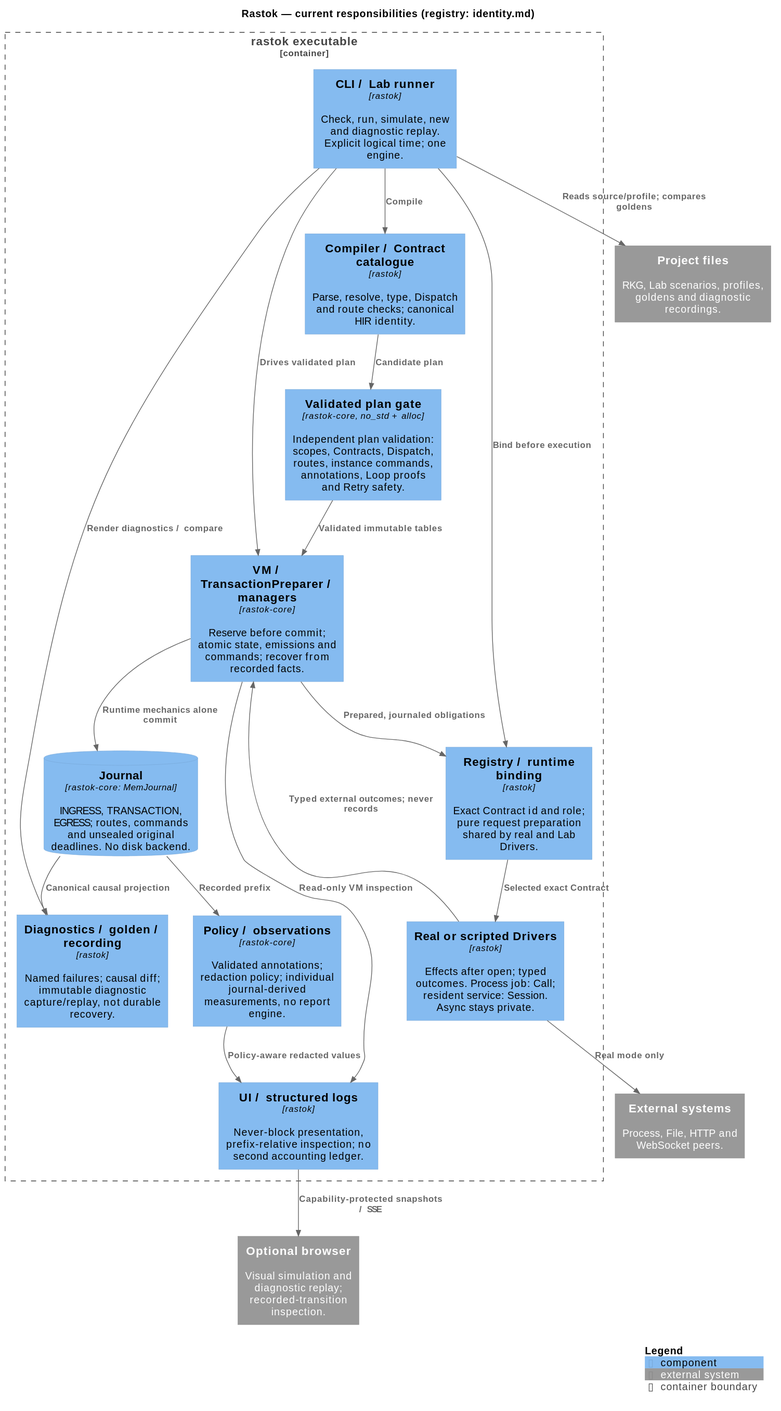
Above: docs/architecture/03-rastok-components.svg in rastok-io/rastok (PlantUML), before the change.
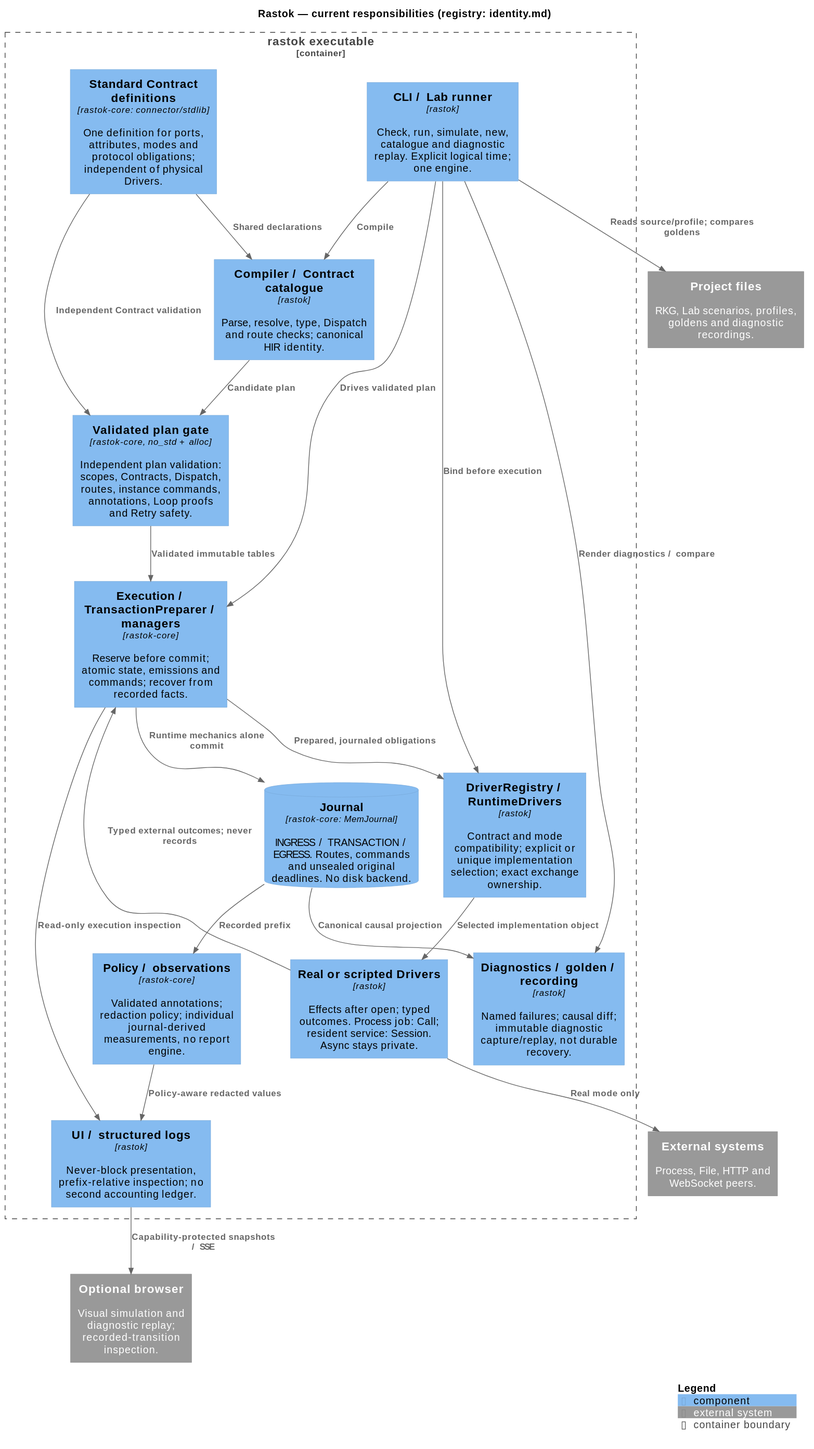
After the change.

The edit, as a diff of the source:
```diff
@@ -9,13 +9,14 @@
 System_Ext(browser, "Optional browser", "Visual simulation and diagnostic replay; recorded-transition inspection.")
 
 Container_Boundary(executable, "rastok executable") {
-  Component(entry, "CLI / Lab runner", "rastok", "Check, run, simulate, new and diagnostic replay. Explicit logical time; one engine.")
+  Component(entry, "CLI / Lab runner", "rastok", "Check, run, simulate, new, catalogue and diagnostic replay. Explicit logical time; one engine.")
   Component(compiler, "Compiler / Contract catalogue", "rastok", "Parse, resolve, type, Dispatch and route checks; canonical HIR identity.")
+  Component(contracts, "Standard Contract definitions", "rastok-core: connector/stdlib", "One definition for ports, attributes, modes and protocol obligations; independent of physical Drivers.")
   Component(plan, "Validated plan gate", "rastok-core, no_std + alloc", "Independent plan validation: scopes, Contracts, Dispatch, routes, instance commands, annotations, Loop proofs and Retry safety.")
-  Component(core, "VM / TransactionPreparer / managers", "rastok-core", "Reserve before commit; atomic state, emissions and commands; recover from recorded facts.")
-  Component(binding, "Registry / runtime binding", "rastok", "Exact Contract id and role; pure request preparation shared by real and Lab Drivers.")
+  Component(core, "Execution / TransactionPreparer / managers", "rastok-core", "Reserve before commit; atomic state, emissions and commands; recover from recorded facts.")
+  Component(binding, "DriverRegistry / RuntimeDrivers", "rastok", "Contract and mode compatibility; explicit or unique implementation selection; exact exchange ownership.")
   Component(drivers, "Real or scripted Drivers", "rastok", "Effects after open; typed outcomes. Process job: Call; resident service: Session. Async stays private.")
-  ComponentDb(journal, "Journal", "rastok-core: MemJournal", "INGRESS, TRANSACTION, EGRESS; routes, commands and unsealed original deadlines. No disk backend.")
+  ComponentDb(journal, "Journal", "rastok-core: MemJournal", "INGRESS / TRANSACTION / EGRESS. Routes, commands and unsealed original deadlines. No disk backend.")
   Component(report, "Policy / observations", "rastok-core", "Validated annotations; redaction policy; individual journal-derived measurements, no report engine.")
   Component(ui, "UI / structured logs", "rastok", "Never-block presentation, prefix-relative inspection; no second accounting ledger.")
   Component(evidence, "Diagnostics / golden / recording", "rastok", "Named failures; causal diff; immutable diagnostic capture/replay, not durable recovery.")
@@ -24,18 +25,20 @@
 Rel(entry, project, "Reads source/profile; compares goldens")
 Rel(entry, compiler, "Compile")
 Rel(compiler, plan, "Candidate plan")
+Rel(contracts, compiler, "Shared declarations")
+Rel(contracts, plan, "Independent Contract validation")
 Rel(entry, core, "Drives validated plan")
 Rel(plan, core, "Validated immutable tables")
 Rel(entry, binding, "Bind before execution")
 Rel(core, binding, "Prepared, journaled obligations")
-Rel(binding, drivers, "Selected exact Contract")
+Rel(binding, drivers, "Selected implementation object")
 Rel(drivers, world, "Real mode only")
 Rel(drivers, core, "Typed external outcomes; never records")
 Rel(core, journal, "Runtime mechanics alone commit")
 Rel(journal, report, "Recorded prefix")
 Rel(report, ui, "Policy-aware redacted values")
 Rel(ui, browser, "Capability-protected snapshots / SSE")
-Rel(core, ui, "Read-only VM inspection")
+Rel(core, ui, "Read-only execution inspection")
 Rel(entry, evidence, "Render diagnostics / compare")
 Rel(journal, evidence, "Canonical causal projection")
 
```
